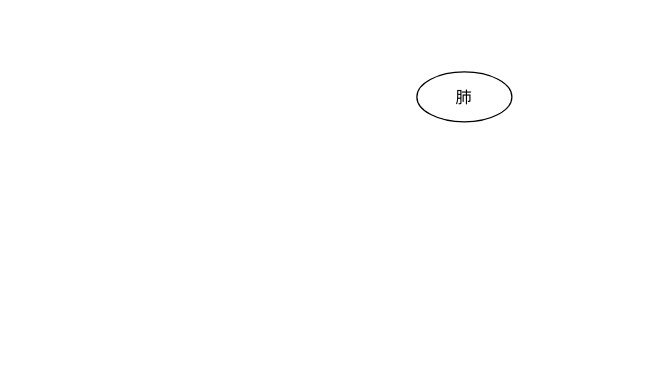
Above: 医门推敲叁/中医藏象学说/藏象学说之肝/肝的生理功能/004肝主疏泄-调节水液代谢.drawio in 328507133/chart (draw.io), before the change. Source tidied: cells renumbered, new cells numbered last; positions are measured from the earlier drawing's top-left corner, leaving out a move shared by most shapes. Both pictures are drawn from the tidied source at 125%, with x=0, y=0 at pixel (416, 71).
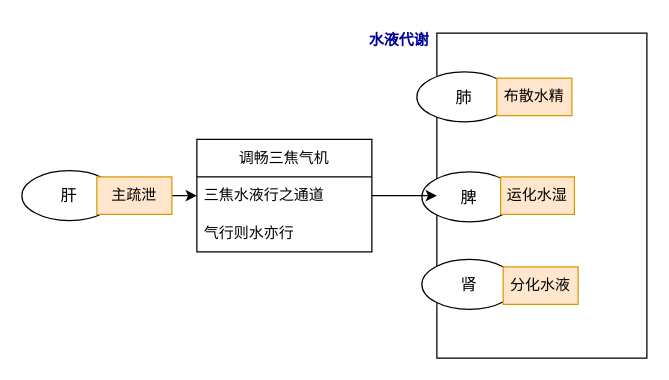
The same page after the edit.

Commit message (it also covers changes not shown here):
更新004肝主疏泄-调节水液代谢.drawio

Change to the diagram source:
```diff
@@
 <mxGraphModel>
   <root>
     <mxCell id="0" />
     <mxCell id="1" parent="0" />
+    <mxCell id="3" style="rounded=0;whiteSpace=wrap;html=1;" parent="1" vertex="1">
+      <mxGeometry x="16" y="-31" width="168" height="260" as="geometry" />
+    </mxCell>
     <mxCell id="2" value="肺" style="ellipse;whiteSpace=wrap;html=1;fontSize=13;" parent="1" vertex="1">
       <mxGeometry width="76" height="40" as="geometry" />
     </mxCell>
+    <mxCell id="4" value="脾" style="ellipse;whiteSpace=wrap;html=1;fontSize=13;" parent="1" vertex="1">
+      <mxGeometry x="4" y="80" width="76" height="40" as="geometry" />
+    </mxCell>
+    <mxCell id="5" value="肾" style="ellipse;whiteSpace=wrap;html=1;fontSize=13;" parent="1" vertex="1">
+      <mxGeometry x="4" y="150" width="76" height="40" as="geometry" />
+    </mxCell>
+    <mxCell id="6" value="肝" style="ellipse;whiteSpace=wrap;html=1;fontSize=13;" parent="1" vertex="1">
+      <mxGeometry x="-316" y="79" width="76" height="40" as="geometry" />
+    </mxCell>
+    <mxCell id="7" value="水液代谢" style="text;html=1;strokeColor=none;fillColor=none;align=center;verticalAlign=middle;whiteSpace=wrap;rounded=0;fontColor=#000099;fontStyle=1;" parent="1" vertex="1">
+      <mxGeometry x="-44" y="-40" width="60" height="30" as="geometry" />
+    </mxCell>
+    <mxCell id="8" value="布散水精" style="text;html=1;strokeColor=#d79b00;fillColor=#ffe6cc;align=center;verticalAlign=middle;whiteSpace=wrap;rounded=0;" parent="1" vertex="1">
+      <mxGeometry x="64" y="5" width="60" height="30" as="geometry" />
+    </mxCell>
+    <mxCell id="9" value="运化水湿" style="text;html=1;strokeColor=#d79b00;fillColor=#ffe6cc;align=center;verticalAlign=middle;whiteSpace=wrap;rounded=0;" parent="1" vertex="1">
+      <mxGeometry x="67" y="84" width="59" height="30" as="geometry" />
+    </mxCell>
+    <mxCell id="10" value="分化水液" style="text;html=1;strokeColor=#d79b00;fillColor=#ffe6cc;align=center;verticalAlign=middle;whiteSpace=wrap;rounded=0;" parent="1" vertex="1">
+      <mxGeometry x="69" y="156" width="60" height="30" as="geometry" />
+    </mxCell>
+    <mxCell id="11" style="endArrow=classic;html=1;rounded=0;exitX=1;exitY=0.5;exitDx=0;exitDy=0;entryX=0;entryY=0.5;entryDx=0;entryDy=0;" parent="1" edge="1" source="13" target="15">
+      <mxGeometry relative="1" as="geometry" />
+    </mxCell>
+    <mxCell id="12" style="endArrow=classic;html=1;rounded=0;exitX=1;exitY=0.5;exitDx=0;exitDy=0;" parent="1" edge="1" source="6" target="13">
+      <mxGeometry relative="1" as="geometry" />
+    </mxCell>
+    <mxCell id="13" value="主疏泄" style="text;html=1;strokeColor=#d79b00;fillColor=#ffe6cc;align=center;verticalAlign=middle;whiteSpace=wrap;rounded=0;" parent="1" vertex="1">
+      <mxGeometry x="-256" y="84" width="60" height="30" as="geometry" />
+    </mxCell>
+    <mxCell id="14" style="edgeStyle=orthogonalEdgeStyle;rounded=0;jettySize=auto;html=1;exitX=1;exitY=0.5;exitDx=0;exitDy=0;entryX=0;entryY=0.5;entryDx=0;entryDy=0;" parent="1" edge="1" source="15" target="3">
+      <mxGeometry relative="1" as="geometry" />
+    </mxCell>
+    <mxCell id="15" value="调畅三焦气机" style="swimlane;fontStyle=0;horizontal=1;startSize=30;whiteSpace=wrap;html=1;" parent="1" vertex="1">
+      <mxGeometry x="-176" y="54" width="140" height="90" as="geometry" />
+    </mxCell>
+    <mxCell id="16" value="三焦水液行之通道" style="text;strokeColor=none;fillColor=none;align=left;verticalAlign=middle;spacingLeft=4;spacingRight=4;overflow=hidden;whiteSpace=wrap;html=1;" parent="15" vertex="1">
+      <mxGeometry y="30" width="140" height="30" as="geometry" />
+    </mxCell>
+    <mxCell id="17" value="气行则水亦行" style="text;strokeColor=none;fillColor=none;align=left;verticalAlign=middle;spacingLeft=4;spacingRight=4;overflow=hidden;whiteSpace=wrap;html=1;" parent="15" vertex="1">
+      <mxGeometry y="60" width="140" height="30" as="geometry" />
+    </mxCell>
   </root>
 </mxGraphModel>
```
